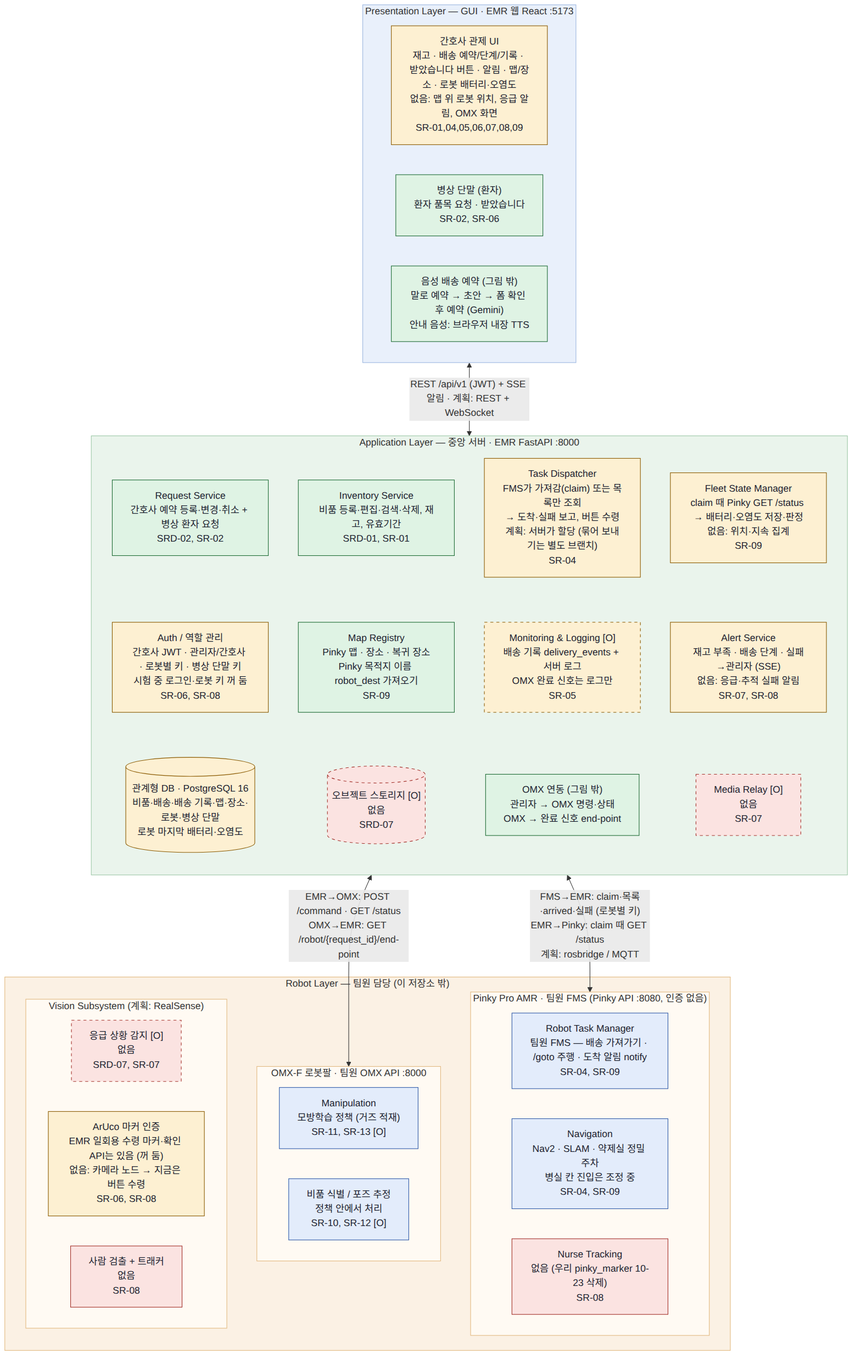
kernel-robot-9th/kernel-robot-repo-2 keeps this Mermaid diagram as docs/architecture/sw_3layer.png. Above is the earlier version. Its source is kept beside it as docs/architecture/sw_3layer.mmd.
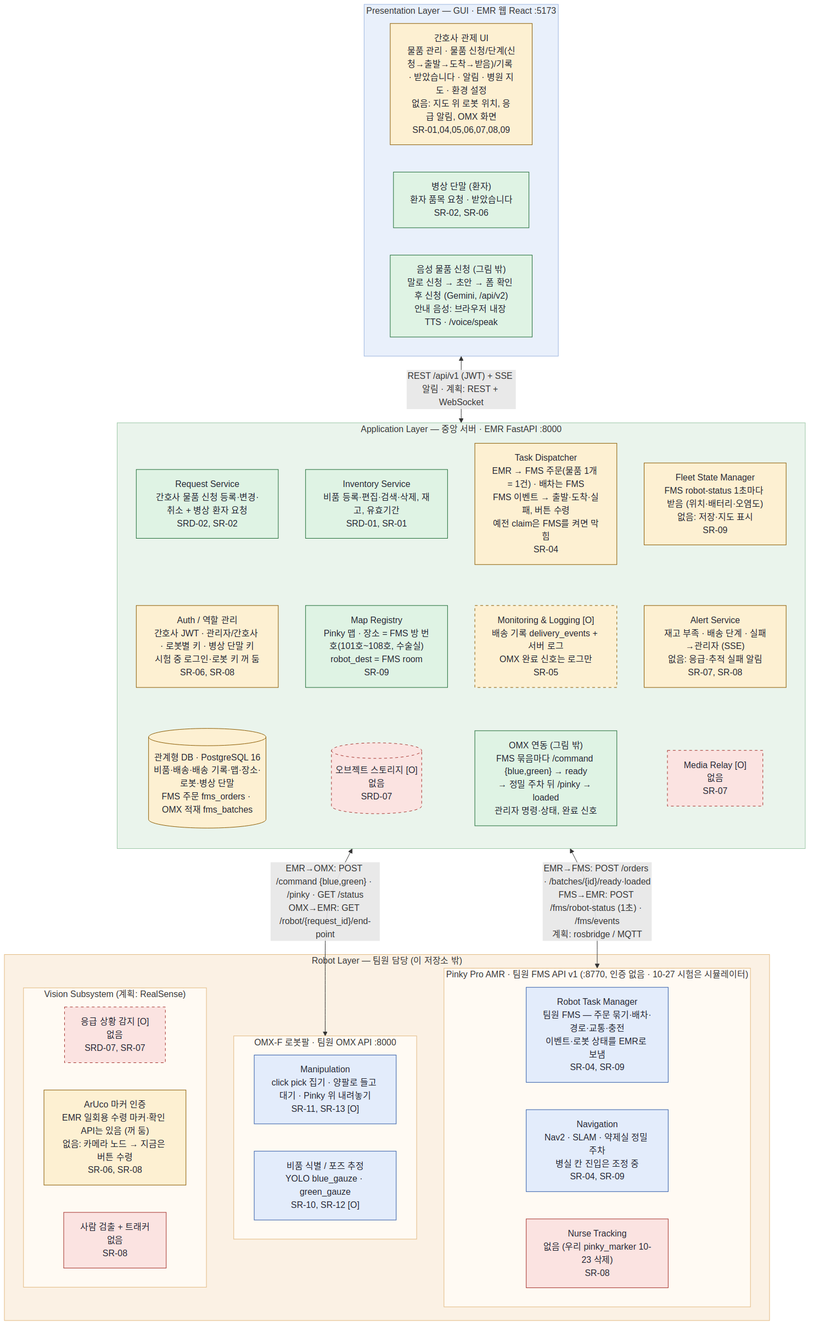
The same file after the commit.

What changed in the source:
```diff
@@ -2,24 +2,24 @@
 
   subgraph P["Presentation Layer — GUI · EMR 웹 React :5173"]
     direction LR
-    UI["간호사 관제 UI<br/>재고 · 배송 예약/단계/기록 · 받았습니다 버튼 · 알림 · 맵/장소 · 로봇 배터리·오염도<br/>없음: 맵 위 로봇 위치, 응급 알림, OMX 화면<br/>SR-01,04,05,06,07,08,09"]:::part
+    UI["간호사 관제 UI<br/>물품 관리 · 물품 신청/단계(신청→출발→도착→받음)/기록 · 받았습니다 · 알림 · 병원 지도 · 환경 설정<br/>없음: 지도 위 로봇 위치, 응급 알림, OMX 화면<br/>SR-01,04,05,06,07,08,09"]:::part
     BED["병상 단말 (환자)<br/>환자 품목 요청 · 받았습니다<br/>SR-02, SR-06"]:::ok
-    VOI["음성 배송 예약 (그림 밖)<br/>말로 예약 → 초안 → 폼 확인 후 예약 (Gemini)<br/>안내 음성: 브라우저 내장 TTS"]:::ok
+    VOI["음성 물품 신청 (그림 밖)<br/>말로 신청 → 초안 → 폼 확인 후 신청 (Gemini, /api/v2)<br/>안내 음성: 브라우저 내장 TTS · /voice/speak"]:::ok
   end
 
   subgraph A["Application Layer — 중앙 서버 · EMR FastAPI :8000"]
     direction TB
-    REQ["Request Service<br/>간호사 예약 등록·변경·취소 + 병상 환자 요청<br/>SRD-02, SR-02"]:::ok
+    REQ["Request Service<br/>간호사 물품 신청 등록·변경·취소 + 병상 환자 요청<br/>SRD-02, SR-02"]:::ok
     INV["Inventory Service<br/>비품 등록·편집·검색·삭제, 재고, 유효기간<br/>SRD-01, SR-01"]:::ok
-    DSP["Task Dispatcher<br/>FMS가 가져감(claim) 또는 목록만 조회<br/>→ 도착·실패 보고, 버튼 수령<br/>계획: 서버가 할당 (묶어 보내기는 별도 브랜치)<br/>SR-04"]:::part
-    FLT["Fleet State Manager<br/>claim 때 Pinky GET /status → 배터리·오염도 저장·판정<br/>없음: 위치·지속 집계<br/>SR-09"]:::part
+    DSP["Task Dispatcher<br/>EMR → FMS 주문(물품 1개 = 1건) · 배차는 FMS<br/>FMS 이벤트 → 출발·도착·실패, 버튼 수령<br/>예전 claim은 FMS를 켜면 막힘<br/>SR-04"]:::part
+    FLT["Fleet State Manager<br/>FMS robot-status 1초마다 받음 (위치·배터리·오염도)<br/>없음: 저장·지도 표시<br/>SR-09"]:::part
     ALT["Alert Service<br/>재고 부족 · 배송 단계 · 실패→관리자 (SSE)<br/>없음: 응급·추적 실패 알림<br/>SR-07, SR-08"]:::part
     AUTH["Auth / 역할 관리<br/>간호사 JWT · 관리자/간호사 · 로봇별 키 · 병상 단말 키<br/>시험 중 로그인·로봇 키 꺼 둠<br/>SR-06, SR-08"]:::part
     LOG["Monitoring & Logging [O]<br/>배송 기록 delivery_events + 서버 로그<br/>OMX 완료 신호는 로그만<br/>SR-05"]:::partopt
     MED["Media Relay [O]<br/>없음<br/>SR-07"]:::noneopt
-    MAP["Map Registry<br/>Pinky 맵 · 장소 · 복귀 장소<br/>Pinky 목적지 이름 robot_dest 가져오기<br/>SR-09"]:::ok
-    OMXC["OMX 연동 (그림 밖)<br/>관리자 → OMX 명령·상태<br/>OMX → 완료 신호 end-point"]:::ok
-    DB[("관계형 DB · PostgreSQL 16<br/>비품·배송·배송 기록·맵·장소·로봇·병상 단말<br/>로봇 마지막 배터리·오염도")]:::part
+    MAP["Map Registry<br/>Pinky 맵 · 장소 = FMS 방 번호(101호~108호, 수술실)<br/>robot_dest = FMS room<br/>SR-09"]:::ok
+    OMXC["OMX 연동 (그림 밖)<br/>FMS 묶음마다 /command {blue,green} → ready<br/>→ 정밀 주차 뒤 /pinky → loaded<br/>관리자 명령·상태, 완료 신호"]:::ok
+    DB[("관계형 DB · PostgreSQL 16<br/>비품·배송·배송 기록·맵·장소·로봇·병상 단말<br/>FMS 주문 fms_orders · OMX 적재 fms_batches")]:::part
     OBJ[("오브젝트 스토리지 [O]<br/>없음<br/>SRD-07")]:::noneopt
     REQ ~~~ AUTH ~~~ DB
     INV ~~~ MAP ~~~ OBJ
@@ -29,16 +29,16 @@
 
   subgraph R["Robot Layer — 팀원 담당 (이 저장소 밖)"]
     direction TB
-    subgraph RP["Pinky Pro AMR · 팀원 FMS (Pinky API :8080, 인증 없음)"]
+    subgraph RP["Pinky Pro AMR · 팀원 FMS API v1 (:8770, 인증 없음 · 10-27 시험은 시뮬레이터)"]
       direction LR
-      RTM["Robot Task Manager<br/>팀원 FMS — 배송 가져가기 · /goto 주행 · 도착 알림 notify<br/>SR-04, SR-09"]:::team
+      RTM["Robot Task Manager<br/>팀원 FMS — 주문 묶기·배차·경로·교통·충전<br/>이벤트·로봇 상태를 EMR로 보냄<br/>SR-04, SR-09"]:::team
       NAV["Navigation<br/>Nav2 · SLAM · 약제실 정밀 주차<br/>병실 칸 진입은 조정 중<br/>SR-04, SR-09"]:::team
       TRK["Nurse Tracking<br/>없음 (우리 pinky_marker 10-23 삭제)<br/>SR-08"]:::none
     end
     subgraph RO["OMX-F 로봇팔 · 팀원 OMX API :8000"]
       direction LR
-      MAN["Manipulation<br/>모방학습 정책 (거즈 적재)<br/>SR-11, SR-13 [O]"]:::team
-      VID["비품 식별 / 포즈 추정<br/>정책 안에서 처리<br/>SR-10, SR-12 [O]"]:::team
+      MAN["Manipulation<br/>click pick 집기 · 양팔로 들고 대기 · Pinky 위 내려놓기<br/>SR-11, SR-13 [O]"]:::team
+      VID["비품 식별 / 포즈 추정<br/>YOLO blue_gauze · green_gauze<br/>SR-10, SR-12 [O]"]:::team
     end
     subgraph V["Vision Subsystem (계획: RealSense)"]
       direction LR
@@ -49,8 +49,8 @@
   end
 
   P <-->|"REST /api/v1 (JWT) + SSE 알림 · 계획: REST + WebSocket"| A
-  A <-->|"FMS→EMR: claim·목록·arrived·실패 (로봇별 키)<br/>EMR→Pinky: claim 때 GET /status<br/>계획: rosbridge / MQTT"| RP
-  A <-->|"EMR→OMX: POST /command · GET /status<br/>OMX→EMR: GET /robot/{request_id}/end-point"| RO
+  A <-->|"EMR→FMS: POST /orders · /batches/{id}/ready·loaded<br/>FMS→EMR: POST /fms/robot-status (1초) · /fms/events<br/>계획: rosbridge / MQTT"| RP
+  A <-->|"EMR→OMX: POST /command {blue,green} · /pinky · GET /status<br/>OMX→EMR: GET /robot/{request_id}/end-point"| RO
 
   classDef ok fill:#dff3e4,stroke:#1d6b34,color:#1d2330
   classDef part fill:#fdf0d2,stroke:#8a5a00,color:#1d2330
```
